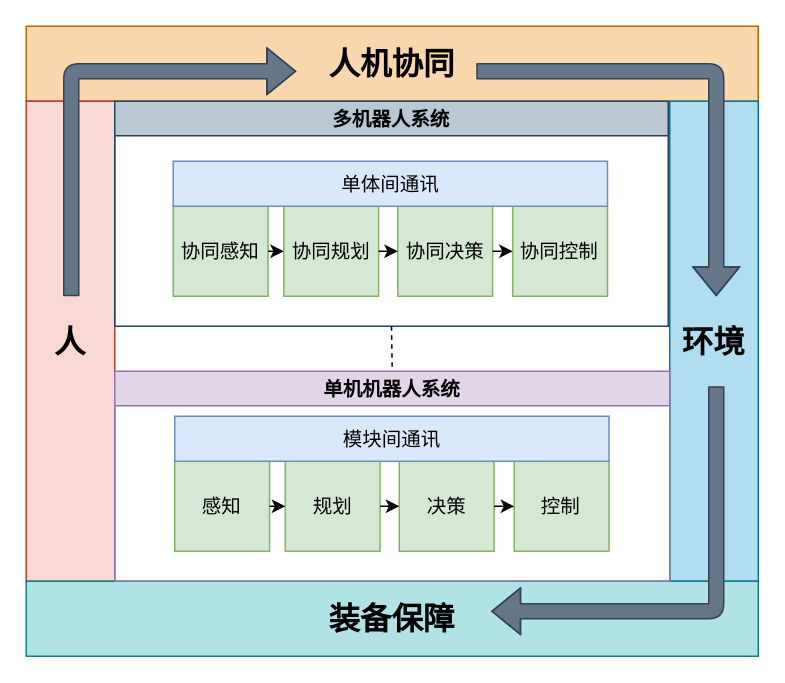
Above: nudt.drawio in RoboDD/my-flow-chart (draw.io), before the change. Source tidied: cells renumbered, new cells numbered last; positions are measured from the earlier drawing's top-left corner, leaving out a move shared by most shapes. Both pictures are drawn from the tidied source at 150%, with x=0, y=0 at pixel (26, 26).
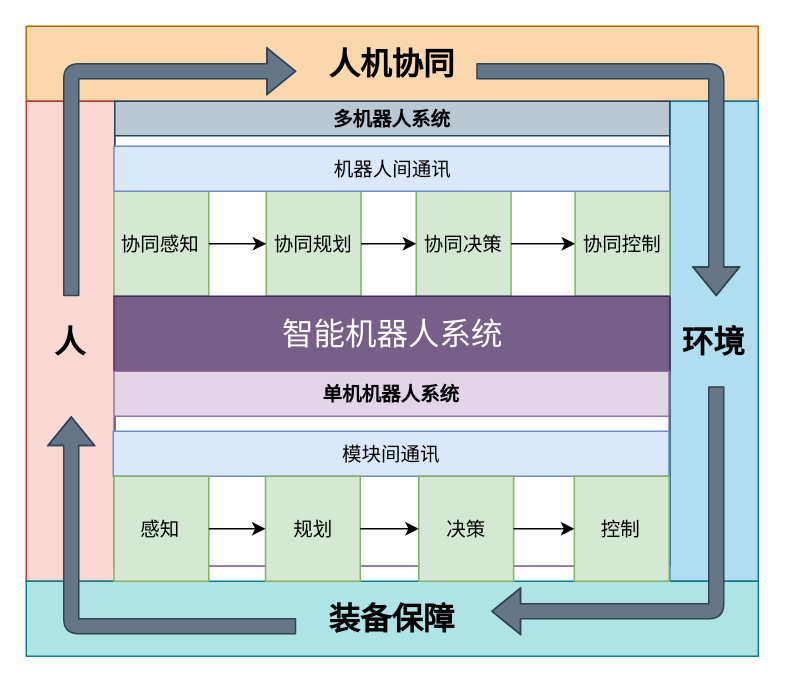
After the change.

The change refers to these unchanged cells:
```xml
<mxCell id="2" style="group;" parent="1" vertex="1">
  <mxGeometry width="488" height="420" as="geometry" />
</mxCell>
```

What changed in the source:
```diff
@@
-    <mxCell id="7" style="group;fillColor=none;" parent="2" vertex="1">
-      <mxGeometry x="59" y="50" width="370" height="320" as="geometry" />
-    </mxCell>
-    <mxCell id="8" value="多机器人系统" style="swimlane;fillColor=#bac8d3;strokeColor=#23445d;fontSize=13;" parent="7" vertex="1">
-      <mxGeometry width="369" height="150" as="geometry" />
+    <mxCell id="8" value="多机器人系统" style="swimlane;fillColor=#bac8d3;strokeColor=#23445d;fontSize=13;" parent="2" vertex="1">
+      <mxGeometry x="59" y="50" width="370" height="310" as="geometry" />
     </mxCell>
     <mxCell id="9" value="协同感知" style="rounded=0;whiteSpace=wrap;html=1;fillColor=#d5e8d4;strokeColor=#82b366;fontSize=13;" parent="8" vertex="1">
-      <mxGeometry x="39" y="70" width="63.2" height="60" as="geometry" />
+      <mxGeometry x="-0.5" y="60" width="63.2" height="70" as="geometry" />
     </mxCell>
     <mxCell id="10" value="协同规划" style="rounded=0;whiteSpace=wrap;html=1;fillColor=#d5e8d4;strokeColor=#82b366;fontSize=13;" parent="8" vertex="1">
-      <mxGeometry x="112.7" y="70" width="63.2" height="60" as="geometry" />
+      <mxGeometry x="101" y="60" width="63.2" height="70" as="geometry" />
     </mxCell>
@@
     <mxCell id="12" value="协同决策" style="rounded=0;whiteSpace=wrap;html=1;fillColor=#d5e8d4;strokeColor=#82b366;fontSize=13;" parent="8" vertex="1">
-      <mxGeometry x="188.7" y="70" width="63.2" height="60" as="geometry" />
+      <mxGeometry x="201" y="60" width="63.2" height="70" as="geometry" />
     </mxCell>
@@
     <mxCell id="14" value="协同控制" style="rounded=0;whiteSpace=wrap;html=1;fillColor=#d5e8d4;strokeColor=#82b366;fontSize=13;" parent="8" vertex="1">
-      <mxGeometry x="265.3" y="70" width="63.2" height="60" as="geometry" />
+      <mxGeometry x="306.9" y="60" width="63.2" height="70" as="geometry" />
     </mxCell>
@@
-    <mxCell id="16" value="单体间通讯" style="rounded=0;whiteSpace=wrap;html=1;fillColor=#dae8fc;strokeColor=#6c8ebf;fontSize=13;" parent="8" vertex="1">
-      <mxGeometry x="39" y="40" width="289.5" height="30" as="geometry" />
+    <mxCell id="16" value="机器人间通讯" style="rounded=0;whiteSpace=wrap;html=1;fillColor=#dae8fc;strokeColor=#6c8ebf;fontSize=13;" parent="8" vertex="1">
+      <mxGeometry x="-0.5" y="30" width="370.5" height="30" as="geometry" />
     </mxCell>
-    <mxCell id="17" style="group;fontSize=13;" parent="7" vertex="1">
-      <mxGeometry y="180" width="370" height="140" as="geometry" />
-    </mxCell>
+    <mxCell id="31" value="智能机器人系统" style="rounded=0;whiteSpace=wrap;html=1;fontSize=21;fillColor=#76608a;strokeColor=#432D57;fontColor=#ffffff;" parent="8" vertex="1">
+      <mxGeometry x="-0.5" y="130" width="370.5" height="50" as="geometry" />
+    </mxCell>
-    <mxCell id="18" value="单机机器人系统" style="swimlane;fillColor=#e1d5e7;strokeColor=#9673a6;fontSize=13;" parent="17" vertex="1">
-      <mxGeometry width="370" height="140" as="geometry" />
+    <mxCell id="18" value="单机机器人系统" style="swimlane;fillColor=#e1d5e7;strokeColor=#9673a6;fontSize=13;startSize=30;" parent="8" vertex="1">
+      <mxGeometry x="-0.5" y="180" width="370" height="130" as="geometry" />
     </mxCell>
+    <mxCell id="26" value="模块间通讯" style="rounded=0;whiteSpace=wrap;html=1;fillColor=#dae8fc;strokeColor=#6c8ebf;fontSize=13;" parent="18" vertex="1">
+      <mxGeometry x="-0.5" y="40" width="370.5" height="30" as="geometry" />
+    </mxCell>
-    <mxCell id="19" value="感知" style="rounded=0;whiteSpace=wrap;html=1;fillColor=#d5e8d4;strokeColor=#82b366;fontSize=13;" parent="17" vertex="1">
-      <mxGeometry x="40" y="60" width="63.2" height="60" as="geometry" />
+    <mxCell id="19" value="感知" style="rounded=0;whiteSpace=wrap;html=1;fillColor=#d5e8d4;strokeColor=#82b366;fontSize=13;" parent="18" vertex="1">
+      <mxGeometry y="70" width="63.2" height="70" as="geometry" />
     </mxCell>
-    <mxCell id="20" value="规划" style="rounded=0;whiteSpace=wrap;html=1;fillColor=#d5e8d4;strokeColor=#82b366;fontSize=13;" parent="17" vertex="1">
-      <mxGeometry x="113.7" y="60" width="63.2" height="60" as="geometry" />
+    <mxCell id="20" value="规划" style="rounded=0;whiteSpace=wrap;html=1;fillColor=#d5e8d4;strokeColor=#82b366;fontSize=13;" parent="18" vertex="1">
+      <mxGeometry x="101" y="70" width="63.2" height="70" as="geometry" />
     </mxCell>
-    <mxCell id="21" style="edgeStyle=orthogonalEdgeStyle;rounded=0;jettySize=auto;html=1;exitX=1;exitY=0.5;exitDx=0;exitDy=0;entryX=0;entryY=0.5;entryDx=0;entryDy=0;fontSize=13;" parent="17" edge="1" source="19" target="20">
+    <mxCell id="21" style="edgeStyle=orthogonalEdgeStyle;rounded=0;jettySize=auto;html=1;exitX=1;exitY=0.5;exitDx=0;exitDy=0;entryX=0;entryY=0.5;entryDx=0;entryDy=0;fontSize=13;" parent="18" edge="1" source="19" target="20">
       <mxGeometry x="40" y="30" as="geometry" />
     </mxCell>
-    <mxCell id="22" value="决策" style="rounded=0;whiteSpace=wrap;html=1;fillColor=#d5e8d4;strokeColor=#82b366;fontSize=13;" parent="17" vertex="1">
-      <mxGeometry x="189.7" y="60" width="63.2" height="60" as="geometry" />
+    <mxCell id="22" value="决策" style="rounded=0;whiteSpace=wrap;html=1;fillColor=#d5e8d4;strokeColor=#82b366;fontSize=13;" parent="18" vertex="1">
+      <mxGeometry x="203.2" y="70" width="63.2" height="70" as="geometry" />
     </mxCell>
-    <mxCell id="23" style="edgeStyle=orthogonalEdgeStyle;rounded=0;jettySize=auto;html=1;exitX=1;exitY=0.5;exitDx=0;exitDy=0;entryX=0;entryY=0.5;entryDx=0;entryDy=0;fontSize=13;" parent="17" edge="1" source="20" target="22">
+    <mxCell id="23" style="edgeStyle=orthogonalEdgeStyle;rounded=0;jettySize=auto;html=1;exitX=1;exitY=0.5;exitDx=0;exitDy=0;entryX=0;entryY=0.5;entryDx=0;entryDy=0;fontSize=13;" parent="18" edge="1" source="20" target="22">
       <mxGeometry x="40" y="30" as="geometry" />
     </mxCell>
-    <mxCell id="24" value="控制" style="rounded=0;whiteSpace=wrap;html=1;fillColor=#d5e8d4;strokeColor=#82b366;fontSize=13;" parent="17" vertex="1">
-      <mxGeometry x="266.3" y="60" width="63.2" height="60" as="geometry" />
+    <mxCell id="24" value="控制" style="rounded=0;whiteSpace=wrap;html=1;fillColor=#d5e8d4;strokeColor=#82b366;fontSize=13;" parent="18" vertex="1">
+      <mxGeometry x="306.9" y="70" width="63.2" height="70" as="geometry" />
     </mxCell>
-    <mxCell id="25" style="edgeStyle=orthogonalEdgeStyle;rounded=0;jettySize=auto;html=1;exitX=1;exitY=0.5;exitDx=0;exitDy=0;entryX=0;entryY=0.5;entryDx=0;entryDy=0;fontSize=13;" parent="17" edge="1" source="22" target="24">
+    <mxCell id="25" style="edgeStyle=orthogonalEdgeStyle;rounded=0;jettySize=auto;html=1;exitX=1;exitY=0.5;exitDx=0;exitDy=0;entryX=0;entryY=0.5;entryDx=0;entryDy=0;fontSize=13;" parent="18" edge="1" source="22" target="24">
       <mxGeometry x="40" y="30" as="geometry" />
     </mxCell>
-    <mxCell id="26" value="模块间通讯" style="rounded=0;whiteSpace=wrap;html=1;fillColor=#dae8fc;strokeColor=#6c8ebf;fontSize=13;" parent="17" vertex="1">
-      <mxGeometry x="40" y="30" width="289.5" height="30" as="geometry" />
-    </mxCell>
-    <mxCell id="27" style="edgeStyle=orthogonalEdgeStyle;rounded=0;jettySize=auto;html=1;exitX=0.5;exitY=1;exitDx=0;exitDy=0;entryX=0.5;entryY=0;entryDx=0;entryDy=0;endArrow=none;endFill=0;dashed=1;fontSize=13;" parent="7" edge="1" source="8" target="18">
-      <mxGeometry relative="1" as="geometry" />
-    </mxCell>
     <mxCell id="28" style="shape=flexArrow;endArrow=classic;html=1;fontSize=21;fillColor=#647687;strokeColor=#314354;" parent="1" edge="1">
-      <mxGeometry relative="1" as="geometry">
+      <mxGeometry x="150" y="40" as="geometry">
         <mxPoint x="30" y="180" as="sourcePoint" />
         <mxPoint x="180" y="30" as="targetPoint" />
         <Array as="points">
           <mxPoint x="30" y="30" />
         </Array>
       </mxGeometry>
     </mxCell>
     <mxCell id="29" style="shape=flexArrow;endArrow=classic;html=1;fontSize=21;fillColor=#647687;strokeColor=#314354;" parent="1" edge="1">
-      <mxGeometry relative="1" as="geometry">
+      <mxGeometry x="150" y="40" as="geometry">
         <mxPoint x="300" y="30" as="sourcePoint" />
         <mxPoint x="460" y="180" as="targetPoint" />
         <Array as="points">
           <mxPoint x="460" y="30" />
         </Array>
       </mxGeometry>
     </mxCell>
     <mxCell id="30" style="shape=flexArrow;endArrow=classic;html=1;fontSize=21;fillColor=#647687;strokeColor=#314354;" parent="1" edge="1">
-      <mxGeometry relative="1" as="geometry">
+      <mxGeometry x="150" y="40" as="geometry">
         <mxPoint x="460" y="240" as="sourcePoint" />
         <mxPoint x="310" y="390" as="targetPoint" />
         <Array as="points">
           <mxPoint x="460" y="390" />
         </Array>
       </mxGeometry>
     </mxCell>
+    <mxCell id="32" style="shape=flexArrow;endArrow=classic;html=1;fontSize=21;fillColor=#647687;strokeColor=#314354;" parent="1" edge="1">
+      <mxGeometry x="150" y="40" as="geometry">
+        <mxPoint x="180" y="400" as="sourcePoint" />
+        <mxPoint x="30" y="260" as="targetPoint" />
+        <Array as="points">
+          <mxPoint x="30" y="400" />
+        </Array>
+      </mxGeometry>
+    </mxCell>
```
